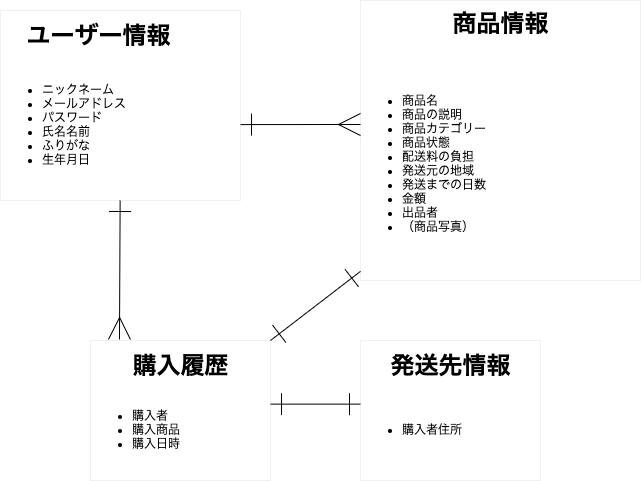
Earlier version of the draw.io export ER図.png (aya-tsubono/furima-36518). Source tidied: cells renumbered, new cells last; positions are measured from the earlier drawing's top-left corner, leaving out a move shared by most shapes. Source of this version:
```xml
<mxGraphModel background="#ffffff">
  <root>
    <mxCell id="0" />
    <mxCell id="1" parent="0" />
    <mxCell id="2" style="group;perimeterSpacing=3;fillColor=none;strokeColor=#f0f0f0;fontColor=#F0F0F0;labelBackgroundColor=#000000;" parent="1" vertex="1">
      <mxGeometry y="10" width="240" height="190" as="geometry" />
    </mxCell>
    <mxCell id="3" value="&lt;ul&gt;&lt;li&gt;ニックネーム&lt;/li&gt;&lt;li&gt;メールアドレス&lt;/li&gt;&lt;li&gt;パスワード&lt;/li&gt;&lt;li&gt;氏名名前&lt;/li&gt;&lt;li&gt;ふりがな&lt;/li&gt;&lt;li&gt;生年月日&lt;/li&gt;&lt;/ul&gt;" style="text;strokeColor=none;fillColor=none;html=1;whiteSpace=wrap;verticalAlign=middle;overflow=hidden;" parent="2" vertex="1">
      <mxGeometry y="38.2" width="240" height="151.8" as="geometry" />
    </mxCell>
    <mxCell id="4" value="ユーザー情報" style="text;strokeColor=none;fillColor=none;html=1;fontSize=24;fontStyle=1;verticalAlign=middle;align=center;" parent="2" vertex="1">
      <mxGeometry width="196.4" height="50.9" as="geometry" />
    </mxCell>
    <mxCell id="5" style="group;strokeColor=#f0f0f0;perimeterSpacing=3;fontColor=#F0F0F0;labelBackgroundColor=#333333;" parent="1" vertex="1">
      <mxGeometry x="360" width="280" height="280" as="geometry" />
    </mxCell>
    <mxCell id="6" value="&lt;ul&gt;&lt;li&gt;商品名&lt;/li&gt;&lt;li&gt;商品の説明&lt;/li&gt;&lt;li&gt;商品カテゴリー&lt;/li&gt;&lt;li&gt;商品状態&lt;/li&gt;&lt;li&gt;配送料の負担&lt;/li&gt;&lt;li&gt;発送元の地域&lt;/li&gt;&lt;li&gt;発送までの日数&lt;/li&gt;&lt;li&gt;金額&lt;/li&gt;&lt;li&gt;出品者&lt;/li&gt;&lt;li&gt;（商品写真）&lt;/li&gt;&lt;/ul&gt;" style="text;strokeColor=none;fillColor=none;html=1;whiteSpace=wrap;verticalAlign=middle;overflow=hidden;" parent="5" vertex="1">
      <mxGeometry y="46.7" width="280" height="233.3" as="geometry" />
    </mxCell>
    <mxCell id="7" value="商品情報" style="text;strokeColor=none;fillColor=none;html=1;fontSize=24;fontStyle=1;verticalAlign=middle;align=center;" parent="5" vertex="1">
      <mxGeometry width="280" height="46.7" as="geometry" />
    </mxCell>
    <mxCell id="8" style="group;perimeterSpacing=3;strokeColor=#f0f0f0;labelBackgroundColor=#0F0F0F;" parent="1" vertex="1">
      <mxGeometry x="90" y="340" width="180" height="140" as="geometry" />
    </mxCell>
    <mxCell id="9" value="&lt;ul&gt;&lt;li&gt;購入者&lt;/li&gt;&lt;li&gt;購入商品&lt;/li&gt;&lt;li&gt;購入日時&lt;/li&gt;&lt;/ul&gt;" style="text;strokeColor=none;fillColor=none;html=1;whiteSpace=wrap;verticalAlign=middle;overflow=hidden;" parent="8" vertex="1">
      <mxGeometry y="38.2" width="180" height="101.8" as="geometry" />
    </mxCell>
    <mxCell id="10" value="購入履歴" style="text;strokeColor=none;fillColor=none;html=1;fontSize=24;fontStyle=1;verticalAlign=middle;align=center;" parent="8" vertex="1">
      <mxGeometry width="180" height="50.9" as="geometry" />
    </mxCell>
    <mxCell id="11" style="group;perimeterSpacing=3;strokeColor=#f0f0f0;labelBackgroundColor=#000000;" parent="1" vertex="1">
      <mxGeometry x="360" y="340" width="180" height="140" as="geometry" />
    </mxCell>
    <mxCell id="12" value="&lt;ul&gt;&lt;li&gt;購入者住所&lt;/li&gt;&lt;/ul&gt;" style="text;strokeColor=none;fillColor=none;html=1;whiteSpace=wrap;verticalAlign=middle;overflow=hidden;" parent="11" vertex="1">
      <mxGeometry y="38.2" width="180" height="101.8" as="geometry" />
    </mxCell>
    <mxCell id="13" value="発送先情報" style="text;strokeColor=none;fillColor=none;html=1;fontSize=24;fontStyle=1;verticalAlign=middle;align=center;" parent="11" vertex="1">
      <mxGeometry width="180" height="50.9" as="geometry" />
    </mxCell>
    <mxCell id="14" style="rounded=0;jettySize=auto;html=1;exitX=1;exitY=0.5;exitDx=0;exitDy=0;strokeWidth=1;endArrow=ERmany;endFill=0;endSize=20;startSize=20;startArrow=ERone;startFill=0;" parent="1" edge="1" source="3">
      <mxGeometry relative="1" as="geometry">
        <mxPoint x="360" y="124" as="targetPoint" />
        <Array as="points">
          <mxPoint x="340" y="124" />
        </Array>
      </mxGeometry>
    </mxCell>
    <mxCell id="15" style="edgeStyle=none;rounded=0;jettySize=auto;html=1;entryX=0.161;entryY=-0.02;entryDx=0;entryDy=0;entryPerimeter=0;startArrow=ERone;startFill=0;endArrow=ERmany;endFill=0;startSize=20;endSize=20;strokeWidth=1;" parent="1" edge="1" source="3" target="10">
      <mxGeometry relative="1" as="geometry" />
    </mxCell>
    <mxCell id="16" style="edgeStyle=none;rounded=0;jettySize=auto;html=1;exitX=1;exitY=0.25;exitDx=0;exitDy=0;entryX=0;entryY=0.25;entryDx=0;entryDy=0;startArrow=ERone;startFill=0;endArrow=ERone;endFill=0;startSize=20;endSize=20;strokeWidth=1;" parent="1" edge="1" source="9" target="12">
      <mxGeometry relative="1" as="geometry" />
    </mxCell>
    <mxCell id="17" style="edgeStyle=none;rounded=0;jettySize=auto;html=1;entryX=1;entryY=0;entryDx=0;entryDy=0;startArrow=ERone;startFill=0;endArrow=ERone;endFill=0;startSize=20;endSize=20;strokeWidth=1;" parent="1" edge="1" source="6" target="10">
      <mxGeometry relative="1" as="geometry" />
    </mxCell>
  </root>
</mxGraphModel>
```
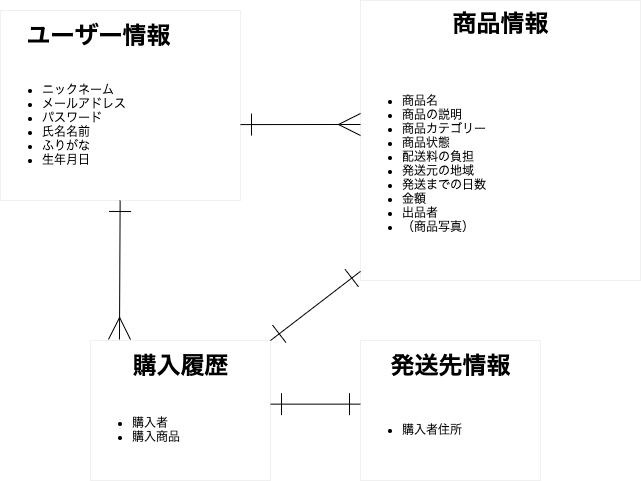
After the change.

The edit, as a diff of the source:
```diff
@@ -23,7 +23,7 @@
     <mxCell id="8" style="group;perimeterSpacing=3;strokeColor=#f0f0f0;labelBackgroundColor=#0F0F0F;" parent="1" vertex="1">
       <mxGeometry x="90" y="340" width="180" height="140" as="geometry" />
     </mxCell>
-    <mxCell id="9" value="&lt;ul&gt;&lt;li&gt;購入者&lt;/li&gt;&lt;li&gt;購入商品&lt;/li&gt;&lt;li&gt;購入日時&lt;/li&gt;&lt;/ul&gt;" style="text;strokeColor=none;fillColor=none;html=1;whiteSpace=wrap;verticalAlign=middle;overflow=hidden;" parent="8" vertex="1">
+    <mxCell id="9" value="&lt;ul&gt;&lt;li&gt;購入者&lt;/li&gt;&lt;li&gt;購入商品&lt;/li&gt;&lt;/ul&gt;" style="text;strokeColor=none;fillColor=none;html=1;whiteSpace=wrap;verticalAlign=middle;overflow=hidden;" parent="8" vertex="1">
       <mxGeometry y="38.2" width="180" height="101.8" as="geometry" />
     </mxCell>
     <mxCell id="10" value="購入履歴" style="text;strokeColor=none;fillColor=none;html=1;fontSize=24;fontStyle=1;verticalAlign=middle;align=center;" parent="8" vertex="1">
```
